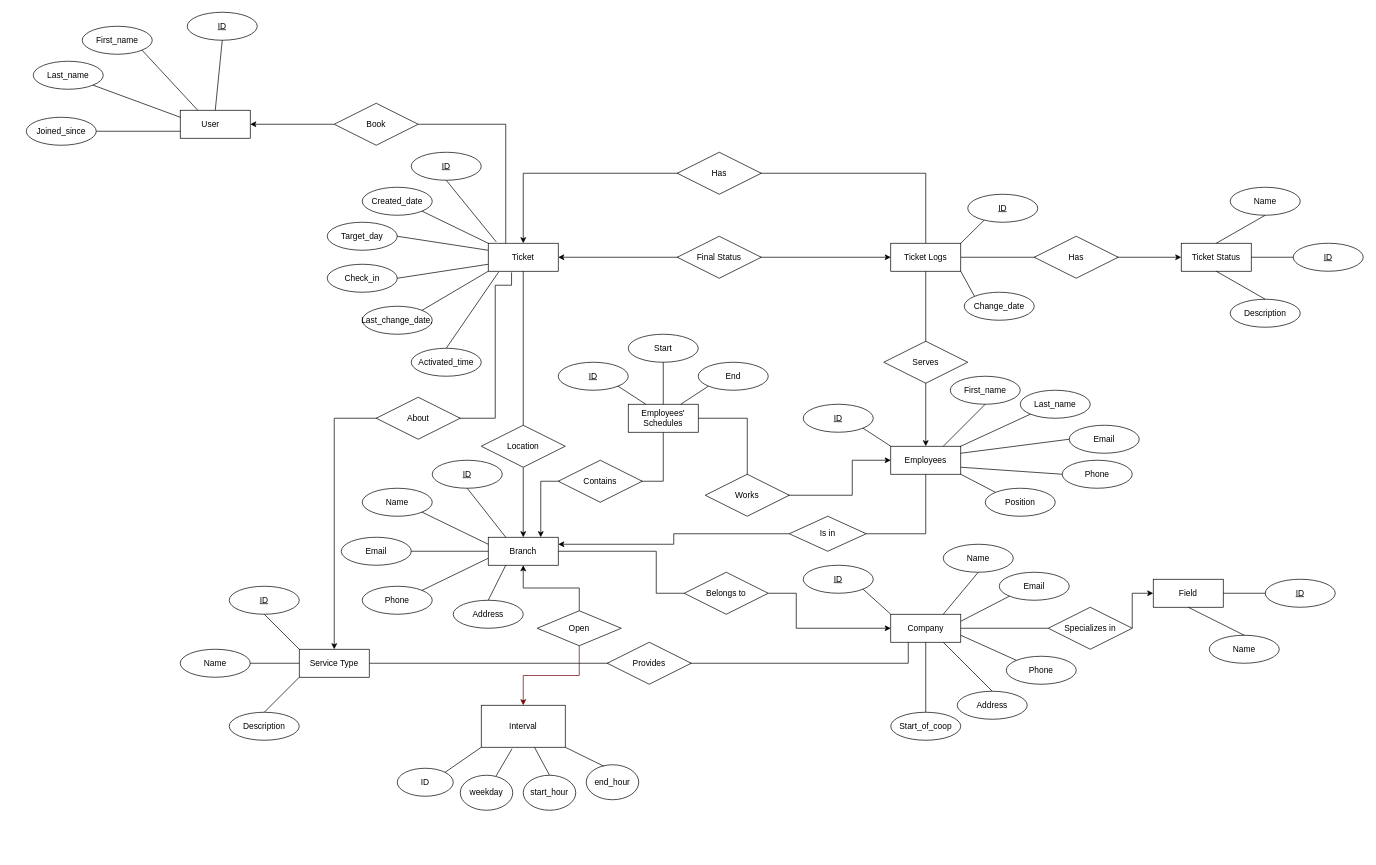
The draw.io diagram ERD.drawio in MovsisyanM/DB-Queues, before the edit. Source tidied: cells renumbered, new cells numbered last; positions are measured from the earlier drawing's top-left corner, leaving out a move shared by most shapes. Both pictures are drawn from the tidied source at 70%, with x=0, y=0 at pixel (26, 12).
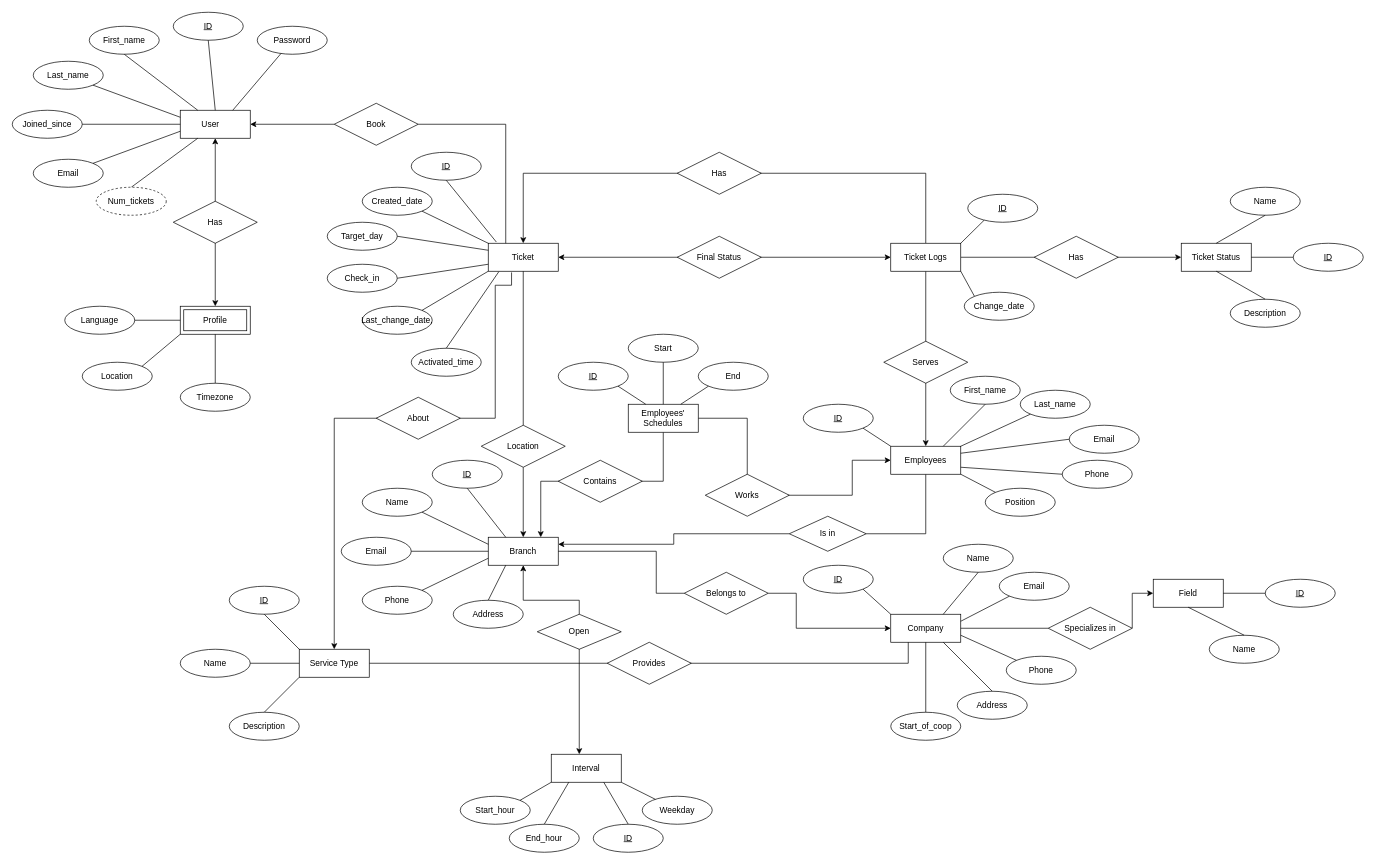
After the change.

Commit message:
Changes were made to the "User" entity, the weak  entity "Profile" was added, minor changes were done to make the ERD more cohesive in terms of design.

The change refers to these unchanged cells:
```xml
<mxCell id="24" value="Branch" style="whiteSpace=wrap;html=1;align=center;" parent="1" vertex="1">
  <mxGeometry x="660" y="750" width="100" height="40" as="geometry" />
</mxCell>
<mxCell id="31" value="&amp;nbsp;User&amp;nbsp; &amp;nbsp; &amp;nbsp;" style="whiteSpace=wrap;html=1;align=center;" parent="1" vertex="1">
  <mxGeometry x="220" y="140" width="100" height="40" as="geometry" />
</mxCell>
```

The edit, as a diff of the source:
```diff
@@
-    <mxCell id="23" style="edgeStyle=orthogonalEdgeStyle;rounded=0;jettySize=auto;html=1;entryX=0.5;entryY=0;entryDx=0;entryDy=0;strokeColor=default;endArrow=none;endFill=0;startArrow=classic;startFill=1;" parent="1" edge="1" source="24" target="133">
-      <mxGeometry relative="1" as="geometry" />
-    </mxCell>
+    <mxCell id="136" style="edgeStyle=orthogonalEdgeStyle;rounded=0;jettySize=auto;html=1;exitX=0.5;exitY=1;exitDx=0;exitDy=0;startArrow=classic;startFill=1;" parent="1" edge="1" source="24">
+      <mxGeometry relative="1" as="geometry">
+        <mxPoint x="790" y="1060" as="targetPoint" />
+        <Array as="points">
+          <mxPoint x="710" y="840" />
+          <mxPoint x="790" y="840" />
+        </Array>
+      </mxGeometry>
+    </mxCell>
@@
+    <mxCell id="137" style="edgeStyle=orthogonalEdgeStyle;rounded=0;jettySize=auto;html=1;startArrow=classic;startFill=1;entryX=0.5;entryY=0;entryDx=0;entryDy=0;exitX=0.5;exitY=1;exitDx=0;exitDy=0;" parent="1" edge="1" source="31" target="144">
+      <mxGeometry relative="1" as="geometry" />
+    </mxCell>
@@
     <mxCell id="32" value="First_name" style="ellipse;whiteSpace=wrap;html=1;align=center;" parent="1" vertex="1">
-      <mxGeometry x="80" y="20" width="100" height="40" as="geometry" />
+      <mxGeometry x="90" y="20" width="100" height="40" as="geometry" />
     </mxCell>
@@
-    <mxCell id="34" style="endArrow=none;html=1;rounded=0;exitX=1;exitY=1;exitDx=0;exitDy=0;entryX=0.25;entryY=0;entryDx=0;entryDy=0;" parent="1" edge="1" source="32" target="31">
+    <mxCell id="34" style="endArrow=none;html=1;rounded=0;exitX=0.5;exitY=1;exitDx=0;exitDy=0;entryX=0.25;entryY=0;entryDx=0;entryDy=0;" parent="1" edge="1" source="32" target="31">
       <mxGeometry relative="1" as="geometry" />
     </mxCell>
@@
     <mxCell id="109" value="ID" style="ellipse;whiteSpace=wrap;html=1;align=center;fontStyle=4;" parent="1" vertex="1">
-      <mxGeometry x="230" width="100" height="40" as="geometry" />
+      <mxGeometry x="210" width="100" height="40" as="geometry" />
     </mxCell>
     <mxCell id="110" value="Joined_since" style="ellipse;whiteSpace=wrap;html=1;align=center;" parent="1" vertex="1">
-      <mxGeometry y="150" width="100" height="40" as="geometry" />
+      <mxGeometry x="-20" y="140" width="100" height="40" as="geometry" />
     </mxCell>
-    <mxCell id="111" style="endArrow=none;html=1;rounded=0;entryX=0;entryY=0.75;entryDx=0;entryDy=0;exitX=1;exitY=0.5;exitDx=0;exitDy=0;" parent="1" edge="1" source="110" target="31">
-      <mxGeometry relative="1" as="geometry" />
+    <mxCell id="111" style="endArrow=none;html=1;rounded=0;exitX=1;exitY=0.5;exitDx=0;exitDy=0;" parent="1" edge="1" source="110">
+      <mxGeometry relative="1" as="geometry">
+        <mxPoint x="220" y="160" as="targetPoint" />
+      </mxGeometry>
     </mxCell>
@@
-    <mxCell id="123" value="Interval" style="rounded=0;whiteSpace=wrap;html=1;" parent="1" vertex="1">
-      <mxGeometry x="650" y="990" width="120" height="60" as="geometry" />
-    </mxCell>
-    <mxCell id="124" value="&lt;div&gt;ID&lt;/div&gt;" style="ellipse;whiteSpace=wrap;html=1;" parent="1" vertex="1">
-      <mxGeometry x="530" y="1080" width="80" height="40" as="geometry" />
-    </mxCell>
-    <mxCell id="125" style="endArrow=none;html=1;rounded=0;exitX=0.367;exitY=1.033;exitDx=0;exitDy=0;exitPerimeter=0;" parent="1" edge="1" source="123" target="127">
-      <mxGeometry relative="1" as="geometry" />
-    </mxCell>
-    <mxCell id="126" style="endArrow=none;html=1;rounded=0;exitX=1;exitY=0;exitDx=0;exitDy=0;entryX=0;entryY=1;entryDx=0;entryDy=0;" parent="1" edge="1" source="124" target="123">
-      <mxGeometry relative="1" as="geometry" />
-    </mxCell>
-    <mxCell id="127" value="weekday" style="ellipse;whiteSpace=wrap;html=1;" parent="1" vertex="1">
-      <mxGeometry x="620" y="1090" width="75" height="50" as="geometry" />
-    </mxCell>
-    <mxCell id="128" value="start_hour" style="ellipse;whiteSpace=wrap;html=1;" parent="1" vertex="1">
-      <mxGeometry x="710" y="1090" width="75" height="50" as="geometry" />
-    </mxCell>
-    <mxCell id="129" value="end_hour" style="ellipse;whiteSpace=wrap;html=1;" parent="1" vertex="1">
-      <mxGeometry x="800" y="1075" width="75" height="50" as="geometry" />
-    </mxCell>
-    <mxCell id="130" style="endArrow=none;html=1;rounded=0;exitX=0.5;exitY=0;exitDx=0;exitDy=0;" parent="1" edge="1" source="128" target="123">
-      <mxGeometry relative="1" as="geometry" />
-    </mxCell>
-    <mxCell id="131" style="endArrow=none;html=1;rounded=0;exitX=0.333;exitY=0.04;exitDx=0;exitDy=0;exitPerimeter=0;entryX=1;entryY=1;entryDx=0;entryDy=0;" parent="1" edge="1" source="129" target="123">
-      <mxGeometry relative="1" as="geometry" />
-    </mxCell>
-    <mxCell id="132" style="edgeStyle=orthogonalEdgeStyle;rounded=0;jettySize=auto;html=1;exitX=0.5;exitY=1;exitDx=0;exitDy=0;entryX=0.5;entryY=0;entryDx=0;entryDy=0;fillColor=#a20025;strokeColor=#6F0000;" parent="1" edge="1" source="133" target="123">
-      <mxGeometry relative="1" as="geometry" />
-    </mxCell>
     <mxCell id="133" value="&lt;div&gt;Open&lt;/div&gt;" style="rhombus;whiteSpace=wrap;html=1;" parent="1" vertex="1">
-      <mxGeometry x="730" y="855" width="120" height="50" as="geometry" />
+      <mxGeometry x="730" y="860" width="120" height="50" as="geometry" />
     </mxCell>
@@
+    <mxCell id="138" value="Email" style="ellipse;whiteSpace=wrap;html=1;align=center;" parent="1" vertex="1">
+      <mxGeometry x="10" y="210" width="100" height="40" as="geometry" />
+    </mxCell>
+    <mxCell id="139" style="endArrow=none;html=1;rounded=0;entryX=0;entryY=0.75;entryDx=0;entryDy=0;exitX=1;exitY=0;exitDx=0;exitDy=0;" parent="1" edge="1" source="138" target="31">
+      <mxGeometry relative="1" as="geometry" />
+    </mxCell>
+    <mxCell id="140" value="Password" style="ellipse;whiteSpace=wrap;html=1;align=center;" parent="1" vertex="1">
+      <mxGeometry x="330" y="20" width="100" height="40" as="geometry" />
+    </mxCell>
+    <mxCell id="141" style="endArrow=none;html=1;rounded=0;entryX=0.75;entryY=0;entryDx=0;entryDy=0;" parent="1" edge="1" source="140" target="31">
+      <mxGeometry relative="1" as="geometry" />
+    </mxCell>
+    <mxCell id="142" style="endArrow=none;html=1;rounded=0;exitX=0.25;exitY=1;exitDx=0;exitDy=0;entryX=0.5;entryY=0;entryDx=0;entryDy=0;" parent="1" edge="1" source="31" target="143">
+      <mxGeometry relative="1" as="geometry" />
+    </mxCell>
+    <mxCell id="143" value="Num_tickets" style="ellipse;whiteSpace=wrap;html=1;align=center;dashed=1;" parent="1" vertex="1">
+      <mxGeometry x="100" y="250" width="100" height="40" as="geometry" />
+    </mxCell>
+    <mxCell id="144" value="Profile" style="shape=ext;margin=3;double=1;whiteSpace=wrap;html=1;align=center;" parent="1" vertex="1">
+      <mxGeometry x="220" y="420" width="100" height="40" as="geometry" />
+    </mxCell>
+    <mxCell id="145" value="Has" style="shape=rhombus;perimeter=rhombusPerimeter;whiteSpace=wrap;html=1;align=center;" parent="1" vertex="1">
+      <mxGeometry x="210" y="270" width="120" height="60" as="geometry" />
+    </mxCell>
+    <mxCell id="146" value="Language" style="ellipse;whiteSpace=wrap;html=1;align=center;" parent="1" vertex="1">
+      <mxGeometry x="55" y="420" width="100" height="40" as="geometry" />
+    </mxCell>
+    <mxCell id="147" value="Location" style="ellipse;whiteSpace=wrap;html=1;align=center;" parent="1" vertex="1">
+      <mxGeometry x="80" y="500" width="100" height="40" as="geometry" />
+    </mxCell>
+    <mxCell id="148" style="endArrow=none;html=1;rounded=0;exitX=1;exitY=0.5;exitDx=0;exitDy=0;entryX=0;entryY=0.5;entryDx=0;entryDy=0;" parent="1" edge="1" source="146" target="144">
+      <mxGeometry relative="1" as="geometry" />
+    </mxCell>
+    <mxCell id="149" style="endArrow=none;html=1;rounded=0;exitX=1;exitY=0;exitDx=0;exitDy=0;entryX=0;entryY=1;entryDx=0;entryDy=0;" parent="1" edge="1" source="147" target="144">
+      <mxGeometry relative="1" as="geometry" />
+    </mxCell>
+    <mxCell id="150" value="Timezone" style="ellipse;whiteSpace=wrap;html=1;align=center;" parent="1" vertex="1">
+      <mxGeometry x="220" y="530" width="100" height="40" as="geometry" />
+    </mxCell>
+    <mxCell id="151" style="endArrow=none;html=1;rounded=0;exitX=0.5;exitY=0;exitDx=0;exitDy=0;entryX=0.5;entryY=1;entryDx=0;entryDy=0;" parent="1" edge="1" source="150" target="144">
+      <mxGeometry relative="1" as="geometry" />
+    </mxCell>
+    <mxCell id="123" value="Interval" style="whiteSpace=wrap;html=1;align=center;" parent="1" vertex="1">
+      <mxGeometry x="750" y="1060" width="100" height="40" as="geometry" />
+    </mxCell>
+    <mxCell id="152" value="End_hour" style="ellipse;whiteSpace=wrap;html=1;align=center;" parent="1" vertex="1">
+      <mxGeometry x="690" y="1160" width="100" height="40" as="geometry" />
+    </mxCell>
+    <mxCell id="153" value="Start_hour" style="ellipse;whiteSpace=wrap;html=1;align=center;" parent="1" vertex="1">
+      <mxGeometry x="620" y="1120" width="100" height="40" as="geometry" />
+    </mxCell>
+    <mxCell id="154" style="endArrow=none;html=1;rounded=0;exitX=0.5;exitY=0;exitDx=0;exitDy=0;entryX=0.25;entryY=1;entryDx=0;entryDy=0;" parent="1" edge="1" source="152" target="123">
+      <mxGeometry relative="1" as="geometry" />
+    </mxCell>
+    <mxCell id="155" style="endArrow=none;html=1;rounded=0;exitX=1;exitY=0;exitDx=0;exitDy=0;entryX=0;entryY=1;entryDx=0;entryDy=0;" parent="1" edge="1" source="153" target="123">
+      <mxGeometry relative="1" as="geometry" />
+    </mxCell>
+    <mxCell id="124" value="ID" style="ellipse;whiteSpace=wrap;html=1;align=center;fontStyle=4;" parent="1" vertex="1">
+      <mxGeometry x="810" y="1160" width="100" height="40" as="geometry" />
+    </mxCell>
+    <mxCell id="126" style="endArrow=none;html=1;rounded=0;exitX=0.5;exitY=0;exitDx=0;exitDy=0;entryX=0.75;entryY=1;entryDx=0;entryDy=0;" parent="1" edge="1" source="124" target="123">
+      <mxGeometry relative="1" as="geometry" />
+    </mxCell>
+    <mxCell id="156" value="Weekday" style="ellipse;whiteSpace=wrap;html=1;align=center;" parent="1" vertex="1">
+      <mxGeometry x="880" y="1120" width="100" height="40" as="geometry" />
+    </mxCell>
+    <mxCell id="157" style="endArrow=none;html=1;rounded=0;entryX=1;entryY=1;entryDx=0;entryDy=0;" parent="1" edge="1" source="156" target="123">
+      <mxGeometry relative="1" as="geometry" />
+    </mxCell>
```
